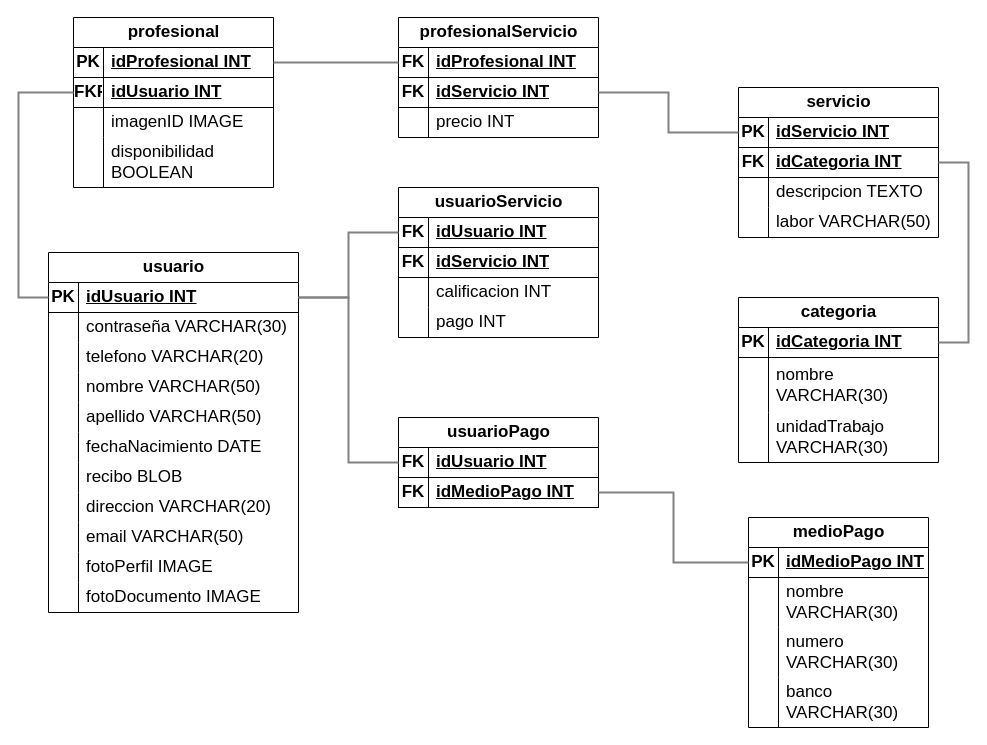
Before: Diagramas/Diagrama Relacional.drawio in Hazzard1912/domesticapp, a draw.io diagram. Source tidied: cells renumbered, new cells numbered last; positions are measured from the earlier drawing's top-left corner, leaving out a move shared by most shapes. Both pictures are drawn from the tidied source at 100%, with x=0, y=0 at pixel (18, 17).
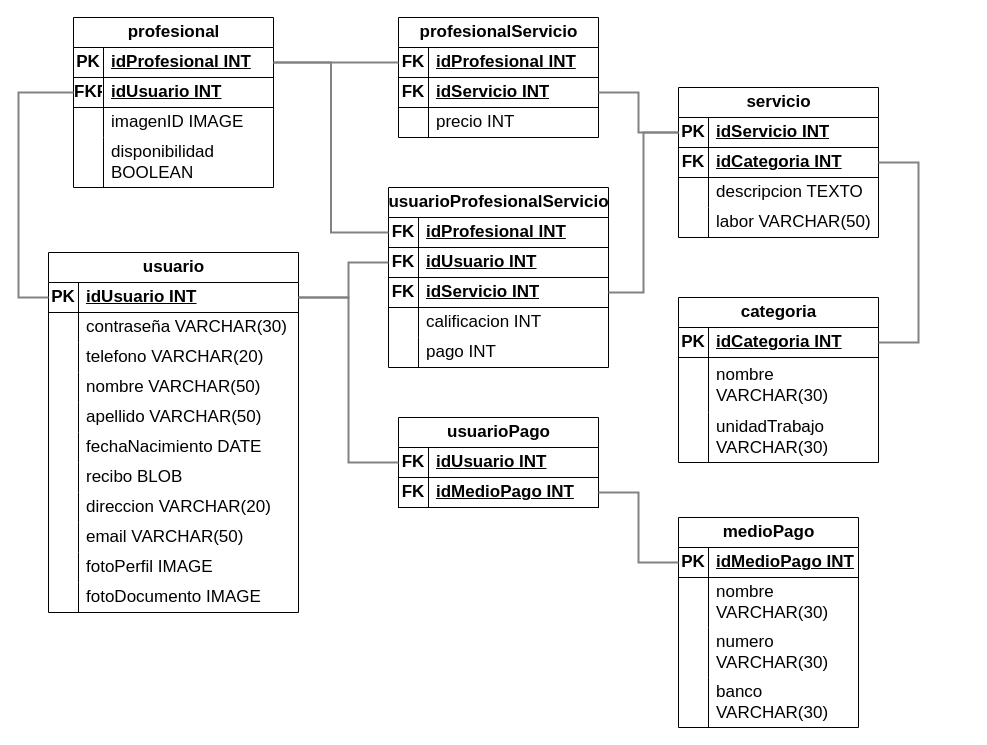
The same page after the edit.

Unchanged cells that the change refers to:
```xml
<mxCell id="3" style="shape=tableRow;horizontal=0;startSize=0;swimlaneHead=0;swimlaneBody=0;fillColor=none;points=[[0,0.5],[1,0.5]];portConstraint=eastwest;top=0;left=0;right=0;bottom=1;fontSize=17;" parent="2" vertex="1">
  <mxGeometry y="30" width="200" height="30" as="geometry" />
</mxCell>
<mxCell id="16" style="shape=tableRow;horizontal=0;startSize=0;swimlaneHead=0;swimlaneBody=0;fillColor=none;points=[[0,0.5],[1,0.5]];portConstraint=eastwest;top=0;left=0;right=0;bottom=1;fontSize=17;" parent="15" vertex="1">
  <mxGeometry y="30" width="200" height="30" as="geometry" />
</mxCell>
<mxCell id="19" style="shape=tableRow;horizontal=0;startSize=0;swimlaneHead=0;swimlaneBody=0;fillColor=none;points=[[0,0.5],[1,0.5]];portConstraint=eastwest;top=0;left=0;right=0;bottom=1;fontSize=17;" parent="15" vertex="1">
  <mxGeometry y="60" width="200" height="30" as="geometry" />
</mxCell>
<mxCell id="29" style="shape=tableRow;horizontal=0;startSize=0;swimlaneHead=0;swimlaneBody=0;fillColor=none;points=[[0,0.5],[1,0.5]];portConstraint=eastwest;top=0;left=0;right=0;bottom=1;fontSize=17;" parent="28" vertex="1">
  <mxGeometry y="30" width="250" height="30" as="geometry" />
</mxCell>
<mxCell id="63" style="shape=tableRow;horizontal=0;startSize=0;swimlaneHead=0;swimlaneBody=0;fillColor=none;points=[[0,0.5],[1,0.5]];portConstraint=eastwest;top=0;left=0;right=0;bottom=1;fontSize=17;" parent="62" vertex="1">
  <mxGeometry y="30" width="200" height="30" as="geometry" />
</mxCell>
```

The edit, as a diff of the source:
```diff
@@
     <mxCell id="15" value="servicio" style="shape=table;startSize=30;childLayout=tableLayout;rowLines=0;fontStyle=1;align=center;html=1;fontSize=17;" parent="1" vertex="1">
-      <mxGeometry x="720" y="70" width="200" height="150" as="geometry" />
+      <mxGeometry x="660" y="70" width="200" height="150" as="geometry" />
     </mxCell>
@@
     <mxCell id="62" value="categoria" style="shape=table;startSize=30;childLayout=tableLayout;rowLines=0;fontStyle=1;align=center;html=1;fontSize=17;" parent="1" vertex="1">
-      <mxGeometry x="720" y="280" width="200" height="165" as="geometry" />
+      <mxGeometry x="660" y="280" width="200" height="165" as="geometry" />
     </mxCell>
@@
     <mxCell id="72" value="medioPago" style="shape=table;startSize=30;childLayout=tableLayout;rowLines=0;fontStyle=1;align=center;html=1;fontSize=17;" parent="1" vertex="1">
-      <mxGeometry x="730" y="500" width="180" height="210" as="geometry" />
+      <mxGeometry x="660" y="500" width="180" height="210" as="geometry" />
     </mxCell>
@@
-    <mxCell id="85" value="usuarioServicio" style="shape=table;startSize=30;childLayout=tableLayout;rowLines=0;fontStyle=1;align=center;html=1;fontSize=17;" parent="1" vertex="1">
-      <mxGeometry x="380" y="170" width="200" height="150" as="geometry" />
+    <mxCell id="85" value="usuarioProfesionalServicio" style="shape=table;startSize=30;childLayout=tableLayout;rowLines=0;fontStyle=1;align=center;html=1;fontSize=17;" parent="1" vertex="1">
+      <mxGeometry x="370" y="170" width="220" height="180" as="geometry" />
     </mxCell>
+    <mxCell id="122" style="shape=tableRow;horizontal=0;startSize=0;swimlaneHead=0;swimlaneBody=0;fillColor=none;points=[[0,0.5],[1,0.5]];portConstraint=eastwest;top=0;left=0;right=0;bottom=1;fontSize=17;" parent="85" vertex="1">
+      <mxGeometry y="30" width="220" height="30" as="geometry" />
+    </mxCell>
+    <mxCell id="123" value="FK" style="shape=partialRectangle;fillColor=none;top=0;left=0;bottom=0;right=0;fontStyle=1;overflow=hidden;whiteSpace=wrap;html=1;fontSize=17;" parent="122" vertex="1">
+      <mxGeometry width="30" height="30" as="geometry" />
+    </mxCell>
+    <mxCell id="124" value="idProfesional INT" style="shape=partialRectangle;fillColor=none;top=0;left=0;bottom=0;right=0;align=left;spacingLeft=6;fontStyle=5;overflow=hidden;whiteSpace=wrap;html=1;fontSize=17;" parent="122" vertex="1">
+      <mxGeometry x="30" width="190" height="30" as="geometry" />
+    </mxCell>
     <mxCell id="86" style="shape=tableRow;horizontal=0;startSize=0;swimlaneHead=0;swimlaneBody=0;fillColor=none;points=[[0,0.5],[1,0.5]];portConstraint=eastwest;top=0;left=0;right=0;bottom=1;fontSize=17;" parent="85" vertex="1">
-      <mxGeometry y="30" width="200" height="30" as="geometry" />
+      <mxGeometry y="60" width="220" height="30" as="geometry" />
     </mxCell>
@@
     <mxCell id="88" value="idUsuario INT" style="shape=partialRectangle;fillColor=none;top=0;left=0;bottom=0;right=0;align=left;spacingLeft=6;fontStyle=5;overflow=hidden;whiteSpace=wrap;html=1;fontSize=17;" parent="86" vertex="1">
-      <mxGeometry x="30" width="170" height="30" as="geometry" />
+      <mxGeometry x="30" width="190" height="30" as="geometry" />
     </mxCell>
     <mxCell id="89" style="shape=tableRow;horizontal=0;startSize=0;swimlaneHead=0;swimlaneBody=0;fillColor=none;points=[[0,0.5],[1,0.5]];portConstraint=eastwest;top=0;left=0;right=0;bottom=1;fontSize=17;" parent="85" vertex="1">
-      <mxGeometry y="60" width="200" height="30" as="geometry" />
+      <mxGeometry y="90" width="220" height="30" as="geometry" />
     </mxCell>
@@
     <mxCell id="91" value="idServicio INT" style="shape=partialRectangle;fillColor=none;top=0;left=0;bottom=0;right=0;align=left;spacingLeft=6;fontStyle=5;overflow=hidden;whiteSpace=wrap;html=1;fontSize=17;" parent="89" vertex="1">
-      <mxGeometry x="30" width="170" height="30" as="geometry" />
+      <mxGeometry x="30" width="190" height="30" as="geometry" />
     </mxCell>
     <mxCell id="92" style="shape=tableRow;horizontal=0;startSize=0;swimlaneHead=0;swimlaneBody=0;fillColor=none;top=0;left=0;right=0;bottom=0;fontSize=17;" parent="85" vertex="1">
-      <mxGeometry y="90" width="200" height="30" as="geometry" />
+      <mxGeometry y="120" width="220" height="30" as="geometry" />
     </mxCell>
@@
     <mxCell id="94" value="calificacion INT" style="shape=partialRectangle;fillColor=none;top=0;left=0;bottom=0;right=0;align=left;spacingLeft=6;overflow=hidden;whiteSpace=wrap;html=1;fontSize=17;" parent="92" vertex="1">
-      <mxGeometry x="30" width="170" height="30" as="geometry" />
+      <mxGeometry x="30" width="190" height="30" as="geometry" />
     </mxCell>
     <mxCell id="95" style="shape=tableRow;horizontal=0;startSize=0;swimlaneHead=0;swimlaneBody=0;fillColor=none;top=0;left=0;right=0;bottom=0;fontSize=17;" parent="85" vertex="1">
-      <mxGeometry y="120" width="200" height="30" as="geometry" />
+      <mxGeometry y="150" width="220" height="30" as="geometry" />
     </mxCell>
@@
     <mxCell id="97" value="pago INT" style="shape=partialRectangle;fillColor=none;top=0;left=0;bottom=0;right=0;align=left;spacingLeft=6;overflow=hidden;whiteSpace=wrap;html=1;fontSize=17;" parent="95" vertex="1">
-      <mxGeometry x="30" width="170" height="30" as="geometry" />
+      <mxGeometry x="30" width="190" height="30" as="geometry" />
     </mxCell>
@@
     <mxCell id="116" style="edgeStyle=orthogonalEdgeStyle;rounded=0;jettySize=auto;html=1;exitX=1;exitY=0.5;exitDx=0;exitDy=0;entryX=0;entryY=0.5;entryDx=0;entryDy=0;strokeWidth=2;endArrow=none;endFill=0;strokeColor=#828282;" parent="1" edge="1" source="29" target="86">
-      <mxGeometry relative="1" as="geometry" />
+      <mxGeometry relative="1" as="geometry">
+        <Array as="points">
+          <mxPoint x="330" y="280" />
+          <mxPoint x="330" y="245" />
+        </Array>
+      </mxGeometry>
     </mxCell>
@@
     <mxCell id="120" style="edgeStyle=orthogonalEdgeStyle;rounded=0;jettySize=auto;html=1;exitX=1;exitY=0.5;exitDx=0;exitDy=0;entryX=1;entryY=0.5;entryDx=0;entryDy=0;strokeWidth=2;endArrow=none;endFill=0;strokeColor=#828282;" parent="1" edge="1" source="63" target="19">
       <mxGeometry relative="1" as="geometry">
         <Array as="points">
-          <mxPoint x="950" y="325" />
-          <mxPoint x="950" y="145" />
+          <mxPoint x="900" y="325" />
+          <mxPoint x="900" y="145" />
         </Array>
       </mxGeometry>
     </mxCell>
@@
+    <mxCell id="125" style="edgeStyle=orthogonalEdgeStyle;rounded=0;jettySize=auto;html=1;exitX=0;exitY=0.5;exitDx=0;exitDy=0;entryX=1;entryY=0.5;entryDx=0;entryDy=0;strokeWidth=2;endArrow=none;endFill=0;strokeColor=#828282;" parent="1" edge="1" source="16" target="89">
+      <mxGeometry relative="1" as="geometry" />
+    </mxCell>
+    <mxCell id="126" style="edgeStyle=orthogonalEdgeStyle;rounded=0;jettySize=auto;html=1;exitX=1;exitY=0.5;exitDx=0;exitDy=0;entryX=0;entryY=0.5;entryDx=0;entryDy=0;endArrow=none;endFill=0;strokeWidth=2;strokeColor=#828282;" parent="1" edge="1" source="3" target="122">
+      <mxGeometry relative="1" as="geometry" />
+    </mxCell>
```
